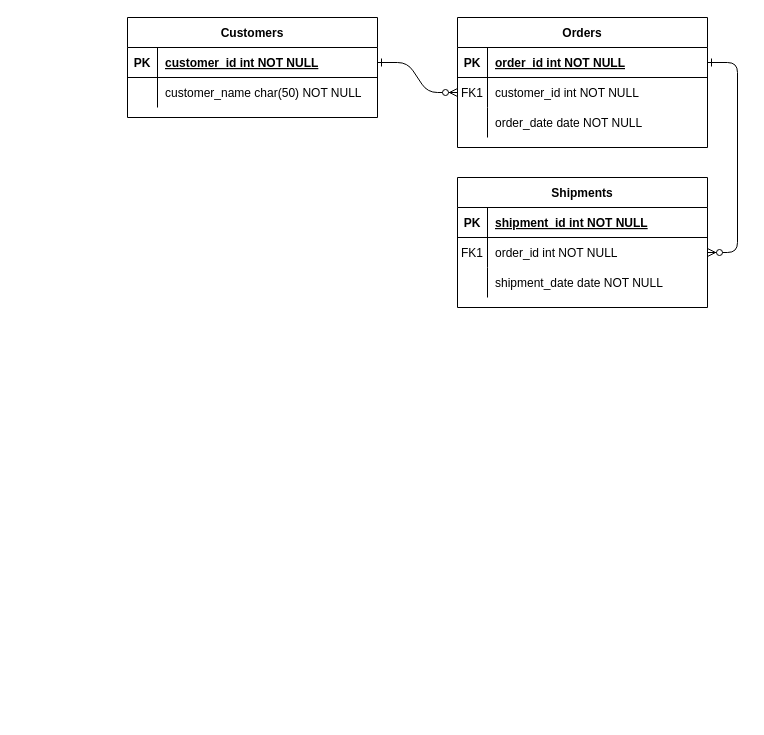
nathannathan08/54 keeps this draw.io diagram as moviethingy.drawio. Above is the earlier version. Source tidied: cells renumbered, new cells numbered last; positions are measured from the earlier drawing's top-left corner, leaving out a move shared by most shapes. Both pictures are drawn from the tidied source at 100%, with x=0, y=0 at pixel (127, 17).
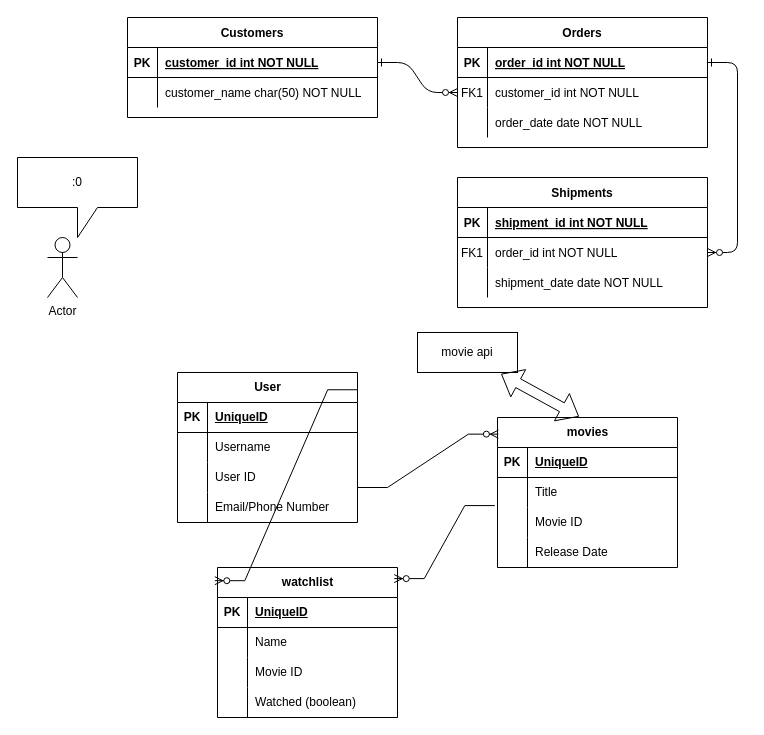
The same diagram, later.

The edit, as a diff of the source:
```diff
@@
+    <mxCell id="31" value="User" style="shape=table;startSize=30;childLayout=tableLayout;rowLines=0;fontStyle=1;align=center;html=1;" parent="1" vertex="1">
+      <mxGeometry x="50" y="355" width="180" height="150" as="geometry" />
+    </mxCell>
+    <mxCell id="32" style="shape=tableRow;horizontal=0;startSize=0;swimlaneHead=0;swimlaneBody=0;fillColor=none;top=0;left=0;right=0;bottom=1;" parent="31" vertex="1">
+      <mxGeometry y="30" width="180" height="30" as="geometry" />
+    </mxCell>
+    <mxCell id="33" value="PK" style="shape=partialRectangle;fillColor=none;top=0;left=0;bottom=0;right=0;fontStyle=1;overflow=hidden;whiteSpace=wrap;html=1;" parent="32" vertex="1">
+      <mxGeometry width="30" height="30" as="geometry" />
+    </mxCell>
+    <mxCell id="34" value="UniqueID" style="shape=partialRectangle;fillColor=none;top=0;left=0;bottom=0;right=0;align=left;spacingLeft=6;fontStyle=5;overflow=hidden;whiteSpace=wrap;html=1;" parent="32" vertex="1">
+      <mxGeometry x="30" width="150" height="30" as="geometry" />
+    </mxCell>
+    <mxCell id="35" style="shape=tableRow;horizontal=0;startSize=0;swimlaneHead=0;swimlaneBody=0;fillColor=none;top=0;left=0;right=0;bottom=0;" parent="31" vertex="1">
+      <mxGeometry y="60" width="180" height="30" as="geometry" />
+    </mxCell>
+    <mxCell id="36" style="shape=partialRectangle;fillColor=none;top=0;left=0;bottom=0;right=0;overflow=hidden;whiteSpace=wrap;html=1;" parent="35" vertex="1">
+      <mxGeometry width="30" height="30" as="geometry" />
+    </mxCell>
+    <mxCell id="37" value="Username" style="shape=partialRectangle;fillColor=none;top=0;left=0;bottom=0;right=0;align=left;spacingLeft=6;overflow=hidden;whiteSpace=wrap;html=1;" parent="35" vertex="1">
+      <mxGeometry x="30" width="150" height="30" as="geometry" />
+    </mxCell>
+    <mxCell id="38" style="shape=tableRow;horizontal=0;startSize=0;swimlaneHead=0;swimlaneBody=0;fillColor=none;top=0;left=0;right=0;bottom=0;" parent="31" vertex="1">
+      <mxGeometry y="90" width="180" height="30" as="geometry" />
+    </mxCell>
+    <mxCell id="39" style="shape=partialRectangle;fillColor=none;top=0;left=0;bottom=0;right=0;overflow=hidden;whiteSpace=wrap;html=1;" parent="38" vertex="1">
+      <mxGeometry width="30" height="30" as="geometry" />
+    </mxCell>
+    <mxCell id="40" value="User ID" style="shape=partialRectangle;fillColor=none;top=0;left=0;bottom=0;right=0;align=left;spacingLeft=6;overflow=hidden;whiteSpace=wrap;html=1;" parent="38" vertex="1">
+      <mxGeometry x="30" width="150" height="30" as="geometry" />
+    </mxCell>
+    <mxCell id="41" style="shape=tableRow;horizontal=0;startSize=0;swimlaneHead=0;swimlaneBody=0;fillColor=none;top=0;left=0;right=0;bottom=0;" parent="31" vertex="1">
+      <mxGeometry y="120" width="180" height="30" as="geometry" />
+    </mxCell>
+    <mxCell id="42" style="shape=partialRectangle;fillColor=none;top=0;left=0;bottom=0;right=0;overflow=hidden;whiteSpace=wrap;html=1;" parent="41" vertex="1">
+      <mxGeometry width="30" height="30" as="geometry" />
+    </mxCell>
+    <mxCell id="43" value="Email/Phone Number" style="shape=partialRectangle;fillColor=none;top=0;left=0;bottom=0;right=0;align=left;spacingLeft=6;overflow=hidden;whiteSpace=wrap;html=1;" parent="41" vertex="1">
+      <mxGeometry x="30" width="150" height="30" as="geometry" />
+    </mxCell>
+    <mxCell id="44" value="movie api" style="whiteSpace=wrap;html=1;align=center;" parent="1" vertex="1">
+      <mxGeometry x="290" y="315" width="100" height="40" as="geometry" />
+    </mxCell>
+    <mxCell id="45" value="movies" style="shape=table;startSize=30;childLayout=tableLayout;rowLines=0;fontStyle=1;align=center;html=1;" parent="1" vertex="1">
+      <mxGeometry x="370" y="400" width="180" height="150" as="geometry" />
+    </mxCell>
+    <mxCell id="46" style="shape=tableRow;horizontal=0;startSize=0;swimlaneHead=0;swimlaneBody=0;fillColor=none;top=0;left=0;right=0;bottom=1;" parent="45" vertex="1">
+      <mxGeometry y="30" width="180" height="30" as="geometry" />
+    </mxCell>
+    <mxCell id="47" value="PK" style="shape=partialRectangle;fillColor=none;top=0;left=0;bottom=0;right=0;fontStyle=1;overflow=hidden;whiteSpace=wrap;html=1;" parent="46" vertex="1">
+      <mxGeometry width="30" height="30" as="geometry" />
+    </mxCell>
+    <mxCell id="48" value="UniqueID" style="shape=partialRectangle;fillColor=none;top=0;left=0;bottom=0;right=0;align=left;spacingLeft=6;fontStyle=5;overflow=hidden;whiteSpace=wrap;html=1;" parent="46" vertex="1">
+      <mxGeometry x="30" width="150" height="30" as="geometry" />
+    </mxCell>
+    <mxCell id="49" style="shape=tableRow;horizontal=0;startSize=0;swimlaneHead=0;swimlaneBody=0;fillColor=none;top=0;left=0;right=0;bottom=0;" parent="45" vertex="1">
+      <mxGeometry y="60" width="180" height="30" as="geometry" />
+    </mxCell>
+    <mxCell id="50" style="shape=partialRectangle;fillColor=none;top=0;left=0;bottom=0;right=0;overflow=hidden;whiteSpace=wrap;html=1;" parent="49" vertex="1">
+      <mxGeometry width="30" height="30" as="geometry" />
+    </mxCell>
+    <mxCell id="51" value="Title" style="shape=partialRectangle;fillColor=none;top=0;left=0;bottom=0;right=0;align=left;spacingLeft=6;overflow=hidden;whiteSpace=wrap;html=1;" parent="49" vertex="1">
+      <mxGeometry x="30" width="150" height="30" as="geometry" />
+    </mxCell>
+    <mxCell id="52" style="shape=tableRow;horizontal=0;startSize=0;swimlaneHead=0;swimlaneBody=0;fillColor=none;points=[[0,0.5],[1,0.5]];portConstraint=eastwest;top=0;left=0;right=0;bottom=0;" parent="45" vertex="1">
+      <mxGeometry y="90" width="180" height="30" as="geometry" />
+    </mxCell>
+    <mxCell id="53" style="shape=partialRectangle;fillColor=none;top=0;left=0;bottom=0;right=0;overflow=hidden;whiteSpace=wrap;html=1;" parent="52" vertex="1">
+      <mxGeometry width="30" height="30" as="geometry" />
+    </mxCell>
+    <mxCell id="54" value="Movie ID" style="shape=partialRectangle;fillColor=none;top=0;left=0;bottom=0;right=0;align=left;spacingLeft=6;overflow=hidden;whiteSpace=wrap;html=1;" parent="52" vertex="1">
+      <mxGeometry x="30" width="150" height="30" as="geometry" />
+    </mxCell>
+    <mxCell id="55" style="shape=tableRow;horizontal=0;startSize=0;swimlaneHead=0;swimlaneBody=0;fillColor=none;top=0;left=0;right=0;bottom=0;" parent="45" vertex="1">
+      <mxGeometry y="120" width="180" height="30" as="geometry" />
+    </mxCell>
+    <mxCell id="56" style="shape=partialRectangle;fillColor=none;top=0;left=0;bottom=0;right=0;overflow=hidden;whiteSpace=wrap;html=1;" parent="55" vertex="1">
+      <mxGeometry width="30" height="30" as="geometry" />
+    </mxCell>
+    <mxCell id="57" value="Release Date" style="shape=partialRectangle;fillColor=none;top=0;left=0;bottom=0;right=0;align=left;spacingLeft=6;overflow=hidden;whiteSpace=wrap;html=1;" parent="55" vertex="1">
+      <mxGeometry x="30" width="150" height="30" as="geometry" />
+    </mxCell>
+    <mxCell id="58" style="shape=flexArrow;endArrow=classic;startArrow=classic;html=1;rounded=0;entryX=0.836;entryY=1.034;entryDx=0;entryDy=0;entryPerimeter=0;exitX=0.453;exitY=-0.006;exitDx=0;exitDy=0;exitPerimeter=0;" parent="1" edge="1" source="45" target="44">
+      <mxGeometry relative="1" as="geometry" />
+    </mxCell>
+    <mxCell id="59" value="Actor" style="shape=umlActor;verticalLabelPosition=bottom;verticalAlign=top;html=1;" parent="1" vertex="1">
+      <mxGeometry x="-80" y="220" width="30" height="60" as="geometry" />
+    </mxCell>
+    <mxCell id="60" value=":0" style="shape=callout;whiteSpace=wrap;html=1;perimeter=calloutPerimeter;" parent="1" vertex="1">
+      <mxGeometry x="-110" y="140" width="120" height="80" as="geometry" />
+    </mxCell>
+    <mxCell id="61" style="edgeStyle=entityRelationEdgeStyle;fontSize=12;html=1;endArrow=ERzeroToMany;endFill=1;rounded=0;entryX=0.005;entryY=0.111;entryDx=0;entryDy=0;entryPerimeter=0;" parent="1" edge="1" target="45">
+      <mxGeometry relative="1" as="geometry">
+        <mxPoint x="230" y="470" as="sourcePoint" />
+      </mxGeometry>
+    </mxCell>
+    <mxCell id="62" value="watchlist" style="shape=table;startSize=30;childLayout=tableLayout;rowLines=0;fontStyle=1;align=center;html=1;" parent="1" vertex="1">
+      <mxGeometry x="90" y="550" width="180" height="150" as="geometry" />
+    </mxCell>
+    <mxCell id="63" style="shape=tableRow;horizontal=0;startSize=0;swimlaneHead=0;swimlaneBody=0;fillColor=none;top=0;left=0;right=0;bottom=1;" parent="62" vertex="1">
+      <mxGeometry y="30" width="180" height="30" as="geometry" />
+    </mxCell>
+    <mxCell id="64" value="PK" style="shape=partialRectangle;fillColor=none;top=0;left=0;bottom=0;right=0;fontStyle=1;overflow=hidden;whiteSpace=wrap;html=1;" parent="63" vertex="1">
+      <mxGeometry width="30" height="30" as="geometry" />
+    </mxCell>
+    <mxCell id="65" value="UniqueID" style="shape=partialRectangle;fillColor=none;top=0;left=0;bottom=0;right=0;align=left;spacingLeft=6;fontStyle=5;overflow=hidden;whiteSpace=wrap;html=1;" parent="63" vertex="1">
+      <mxGeometry x="30" width="150" height="30" as="geometry" />
+    </mxCell>
+    <mxCell id="66" style="shape=tableRow;horizontal=0;startSize=0;swimlaneHead=0;swimlaneBody=0;fillColor=none;top=0;left=0;right=0;bottom=0;" parent="62" vertex="1">
+      <mxGeometry y="60" width="180" height="30" as="geometry" />
+    </mxCell>
+    <mxCell id="67" style="shape=partialRectangle;fillColor=none;top=0;left=0;bottom=0;right=0;overflow=hidden;whiteSpace=wrap;html=1;" parent="66" vertex="1">
+      <mxGeometry width="30" height="30" as="geometry" />
+    </mxCell>
+    <mxCell id="68" value="Name" style="shape=partialRectangle;fillColor=none;top=0;left=0;bottom=0;right=0;align=left;spacingLeft=6;overflow=hidden;whiteSpace=wrap;html=1;" parent="66" vertex="1">
+      <mxGeometry x="30" width="150" height="30" as="geometry" />
+    </mxCell>
+    <mxCell id="69" style="shape=tableRow;horizontal=0;startSize=0;swimlaneHead=0;swimlaneBody=0;fillColor=none;top=0;left=0;right=0;bottom=0;" parent="62" vertex="1">
+      <mxGeometry y="90" width="180" height="30" as="geometry" />
+    </mxCell>
+    <mxCell id="70" style="shape=partialRectangle;fillColor=none;top=0;left=0;bottom=0;right=0;overflow=hidden;whiteSpace=wrap;html=1;" parent="69" vertex="1">
+      <mxGeometry width="30" height="30" as="geometry" />
+    </mxCell>
+    <mxCell id="71" value="Movie ID" style="shape=partialRectangle;fillColor=none;top=0;left=0;bottom=0;right=0;align=left;spacingLeft=6;overflow=hidden;whiteSpace=wrap;html=1;" parent="69" vertex="1">
+      <mxGeometry x="30" width="150" height="30" as="geometry" />
+    </mxCell>
+    <mxCell id="72" style="shape=tableRow;horizontal=0;startSize=0;swimlaneHead=0;swimlaneBody=0;fillColor=none;top=0;left=0;right=0;bottom=0;" parent="62" vertex="1">
+      <mxGeometry y="120" width="180" height="30" as="geometry" />
+    </mxCell>
+    <mxCell id="73" style="shape=partialRectangle;fillColor=none;top=0;left=0;bottom=0;right=0;overflow=hidden;whiteSpace=wrap;html=1;" parent="72" vertex="1">
+      <mxGeometry width="30" height="30" as="geometry" />
+    </mxCell>
+    <mxCell id="74" value="Watched (boolean)" style="shape=partialRectangle;fillColor=none;top=0;left=0;bottom=0;right=0;align=left;spacingLeft=6;overflow=hidden;whiteSpace=wrap;html=1;" parent="72" vertex="1">
+      <mxGeometry x="30" width="150" height="30" as="geometry" />
+    </mxCell>
+    <mxCell id="75" style="edgeStyle=entityRelationEdgeStyle;fontSize=12;html=1;endArrow=ERzeroToMany;endFill=1;rounded=0;exitX=1.001;exitY=0.115;exitDx=0;exitDy=0;exitPerimeter=0;entryX=-0.015;entryY=0.088;entryDx=0;entryDy=0;entryPerimeter=0;" parent="1" edge="1" source="31" target="62">
+      <mxGeometry relative="1" as="geometry" />
+    </mxCell>
+    <mxCell id="76" style="edgeStyle=entityRelationEdgeStyle;fontSize=12;html=1;endArrow=ERzeroToMany;endFill=1;rounded=0;exitX=-0.015;exitY=-0.064;exitDx=0;exitDy=0;exitPerimeter=0;entryX=0.982;entryY=0.074;entryDx=0;entryDy=0;entryPerimeter=0;" parent="1" edge="1" source="52" target="62">
+      <mxGeometry relative="1" as="geometry">
+        <Array as="points">
+          <mxPoint x="350" y="540" />
+        </Array>
+      </mxGeometry>
+    </mxCell>
```
